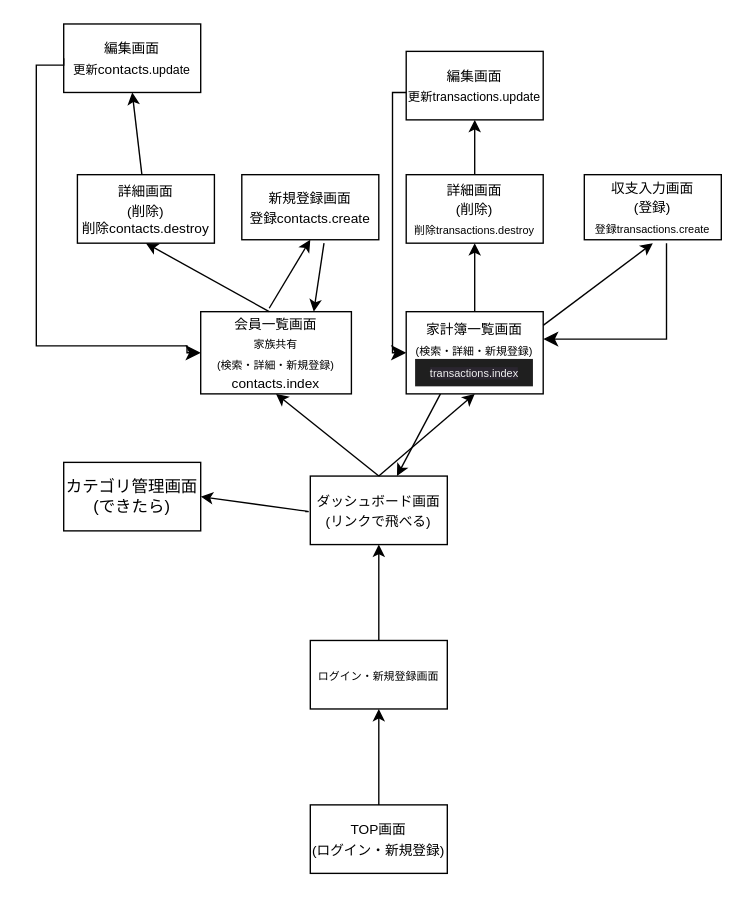
Earlier version of the draw.io diagram Draw/sample.drawio (isobe-00/Comp-Money-App). Source tidied: cells renumbered, new cells numbered last; positions are measured from the earlier drawing's top-left corner, leaving out a move shared by most shapes. Both pictures are drawn from the tidied source at 137%, with x=0, y=0 at pixel (36, 23).
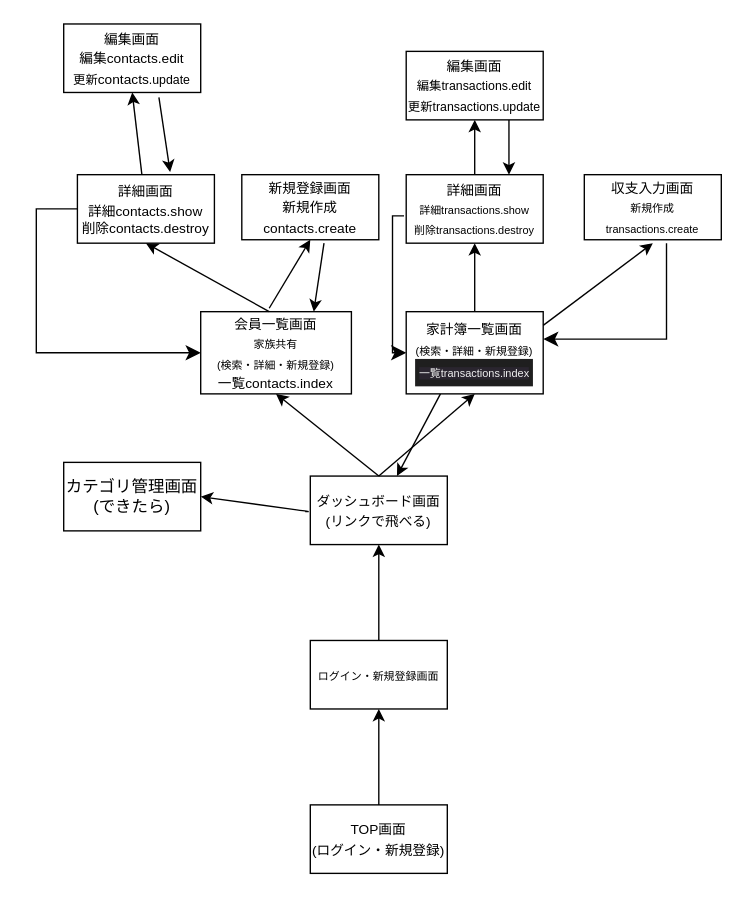
The same diagram, later.

Commit message (it also covers changes not shown here):
12/19 画面遷移図

The edit, as a diff of the source:
```diff
@@
-    <mxCell id="4" value="&lt;font style=&quot;&quot;&gt;&lt;span style=&quot;font-size: 10px;&quot;&gt;会員一覧画面&lt;br&gt;&lt;/span&gt;&lt;font style=&quot;font-size: 8px;&quot;&gt;家族共有&lt;/font&gt;&lt;br&gt;&lt;font style=&quot;font-size: 8px;&quot;&gt;(検索・詳細・新規登録)&lt;br&gt;&lt;span style=&quot;font-size: 10px;&quot;&gt;contacts.index&lt;/span&gt;&lt;br&gt;&lt;/font&gt;&lt;/font&gt;" style="rounded=0;whiteSpace=wrap;html=1;" parent="1" vertex="1">
+    <mxCell id="4" value="&lt;font style=&quot;&quot;&gt;&lt;span style=&quot;font-size: 10px;&quot;&gt;会員一覧画面&lt;br&gt;&lt;/span&gt;&lt;font style=&quot;font-size: 8px;&quot;&gt;家族共有&lt;/font&gt;&lt;br&gt;&lt;font style=&quot;font-size: 8px;&quot;&gt;(検索・詳細・新規登録)&lt;br&gt;&lt;span style=&quot;font-size: 10px;&quot;&gt;一覧contacts.index&lt;/span&gt;&lt;br&gt;&lt;/font&gt;&lt;/font&gt;" style="rounded=0;whiteSpace=wrap;html=1;" parent="1" vertex="1">
       <mxGeometry x="120" y="210" width="110" height="60" as="geometry" />
     </mxCell>
@@
-    <mxCell id="13" value="&lt;font style=&quot;&quot;&gt;&lt;span style=&quot;font-size: 10px;&quot;&gt;編集画面&lt;/span&gt;&lt;br&gt;&lt;span style=&quot;font-size: 9px;&quot;&gt;更新&lt;/span&gt;&lt;span style=&quot;font-size: 10px;&quot;&gt;contacts&lt;/span&gt;&lt;span style=&quot;font-size: 9px;&quot;&gt;.update&lt;/span&gt;&lt;br&gt;&lt;/font&gt;" style="rounded=0;whiteSpace=wrap;html=1;" parent="1" vertex="1">
+    <mxCell id="13" value="&lt;font style=&quot;&quot;&gt;&lt;span style=&quot;font-size: 10px;&quot;&gt;編集画面&lt;br&gt;&lt;/span&gt;&lt;span style=&quot;font-size: 10px;&quot;&gt;編集contacts.edit&lt;/span&gt;&lt;br&gt;&lt;span style=&quot;font-size: 9px;&quot;&gt;更新&lt;/span&gt;&lt;span style=&quot;font-size: 10px;&quot;&gt;contacts&lt;/span&gt;&lt;span style=&quot;font-size: 9px;&quot;&gt;.update&lt;/span&gt;&lt;br&gt;&lt;/font&gt;" style="rounded=0;whiteSpace=wrap;html=1;" parent="1" vertex="1">
       <mxGeometry x="20" width="100" height="50" as="geometry" />
     </mxCell>
@@
-    <mxCell id="16" value="&lt;font style=&quot;&quot;&gt;&lt;span style=&quot;font-size: 10px;&quot;&gt;家計簿一覧画面&lt;/span&gt;&lt;br&gt;&lt;font style=&quot;font-size: 8px;&quot;&gt;(検索・詳細・新規登録)&lt;br&gt;&lt;div style=&quot;color: rgb(204, 204, 204); background-color: rgb(31, 31, 31); font-family: Consolas, &amp;quot;Courier New&amp;quot;, monospace; font-size: 14px; line-height: 19px;&quot;&gt;&lt;span style=&quot;color: rgb(240, 240, 240); font-family: Helvetica; font-size: 8px; background-color: rgb(42, 37, 47);&quot;&gt;transactions.index&lt;/span&gt;&lt;br&gt;&lt;/div&gt;&lt;/font&gt;&lt;/font&gt;" style="rounded=0;whiteSpace=wrap;html=1;" parent="1" vertex="1">
+    <mxCell id="16" value="&lt;font style=&quot;&quot;&gt;&lt;span style=&quot;font-size: 10px;&quot;&gt;家計簿一覧画面&lt;/span&gt;&lt;br&gt;&lt;font style=&quot;font-size: 8px;&quot;&gt;(検索・詳細・新規登録)&lt;br&gt;&lt;div style=&quot;color: rgb(204, 204, 204); background-color: rgb(31, 31, 31); font-family: Consolas, &amp;quot;Courier New&amp;quot;, monospace; font-size: 14px; line-height: 19px;&quot;&gt;&lt;span style=&quot;color: rgb(240, 240, 240); font-family: Helvetica; font-size: 8px; background-color: rgb(42, 37, 47);&quot;&gt;一覧transactions.index&lt;/span&gt;&lt;br&gt;&lt;/div&gt;&lt;/font&gt;&lt;/font&gt;" style="rounded=0;whiteSpace=wrap;html=1;" parent="1" vertex="1">
       <mxGeometry x="270" y="210" width="100" height="60" as="geometry" />
     </mxCell>
@@
-    <mxCell id="18" value="&lt;font style=&quot;font-size: 10px;&quot;&gt;詳細画面&lt;br&gt;(削除)&lt;br&gt;&lt;div&gt;&lt;span style=&quot;background-color: initial;&quot;&gt;削除contacts.destroy&lt;/span&gt;&lt;br&gt;&lt;/div&gt;&lt;/font&gt;" style="rounded=0;whiteSpace=wrap;html=1;" parent="1" vertex="1">
+    <mxCell id="18" value="&lt;font style=&quot;font-size: 10px;&quot;&gt;詳細画面&lt;br&gt;詳細contacts.show&lt;br&gt;&lt;div&gt;&lt;span style=&quot;background-color: initial;&quot;&gt;削除contacts.destroy&lt;/span&gt;&lt;br&gt;&lt;/div&gt;&lt;/font&gt;" style="rounded=0;whiteSpace=wrap;html=1;" parent="1" vertex="1">
       <mxGeometry x="30" y="110" width="100" height="50" as="geometry" />
     </mxCell>
-    <mxCell id="19" value="&lt;font style=&quot;&quot;&gt;&lt;span style=&quot;font-size: 10px;&quot;&gt;収支入力画面&lt;/span&gt;&lt;br&gt;&lt;span style=&quot;font-size: 10px;&quot;&gt;(登録)&lt;/span&gt;&lt;br&gt;&lt;font style=&quot;font-size: 8px;&quot;&gt;登録transactions.create&lt;/font&gt;&lt;br style=&quot;font-size: 12px;&quot;&gt;&lt;/font&gt;" style="rounded=0;whiteSpace=wrap;html=1;" parent="1" vertex="1">
+    <mxCell id="19" value="&lt;font style=&quot;&quot;&gt;&lt;span style=&quot;font-size: 10px;&quot;&gt;収支入力画面&lt;/span&gt;&lt;br&gt;&lt;font style=&quot;font-size: 8px;&quot;&gt;新規作成transactions.create&lt;/font&gt;&lt;br style=&quot;font-size: 12px;&quot;&gt;&lt;/font&gt;" style="rounded=0;whiteSpace=wrap;html=1;" parent="1" vertex="1">
       <mxGeometry x="400" y="110" width="100" height="47.5" as="geometry" />
     </mxCell>
-    <mxCell id="20" value="&lt;font style=&quot;&quot;&gt;&lt;span style=&quot;font-size: 10px;&quot;&gt;新規登録画面&lt;/span&gt;&lt;br&gt;&lt;span style=&quot;font-size: 10px;&quot;&gt;登録contacts.create&lt;/span&gt;&lt;br&gt;&lt;/font&gt;" style="rounded=0;whiteSpace=wrap;html=1;" parent="1" vertex="1">
+    <mxCell id="20" value="&lt;font style=&quot;&quot;&gt;&lt;span style=&quot;font-size: 10px;&quot;&gt;新規登録画面&lt;/span&gt;&lt;br&gt;&lt;span style=&quot;font-size: 10px;&quot;&gt;新規作成contacts.create&lt;/span&gt;&lt;br&gt;&lt;/font&gt;" style="rounded=0;whiteSpace=wrap;html=1;" parent="1" vertex="1">
       <mxGeometry x="150" y="110" width="100" height="47.5" as="geometry" />
     </mxCell>
@@
-    <mxCell id="23" value="&lt;font style=&quot;font-size: 10px;&quot;&gt;編集画面&lt;br&gt;&lt;span style=&quot;font-size: 9px;&quot;&gt;更新transactions.update&lt;/span&gt;&lt;br&gt;&lt;/font&gt;" style="rounded=0;whiteSpace=wrap;html=1;" parent="1" vertex="1">
+    <mxCell id="23" value="&lt;font style=&quot;font-size: 10px;&quot;&gt;編集画面&lt;br&gt;&lt;span style=&quot;font-size: 9px;&quot;&gt;編集transactions.edit&lt;/span&gt;&lt;br&gt;&lt;span style=&quot;font-size: 9px;&quot;&gt;更新transactions.update&lt;/span&gt;&lt;br&gt;&lt;/font&gt;" style="rounded=0;whiteSpace=wrap;html=1;" parent="1" vertex="1">
       <mxGeometry x="270" y="20" width="100" height="50" as="geometry" />
     </mxCell>
@@
-    <mxCell id="26" value="&lt;font style=&quot;&quot;&gt;&lt;span style=&quot;font-size: 10px;&quot;&gt;詳細画面&lt;/span&gt;&lt;br&gt;&lt;span style=&quot;font-size: 10px;&quot;&gt;(削除)&lt;/span&gt;&lt;br&gt;&lt;font style=&quot;font-size: 8px;&quot;&gt;削除transactions.destroy&lt;/font&gt;&lt;br&gt;&lt;/font&gt;" style="rounded=0;whiteSpace=wrap;html=1;" parent="1" vertex="1">
+    <mxCell id="26" value="&lt;font style=&quot;&quot;&gt;&lt;span style=&quot;font-size: 10px;&quot;&gt;詳細画面&lt;/span&gt;&lt;br&gt;&lt;span style=&quot;font-size: 8px;&quot;&gt;詳細transactions.show&lt;/span&gt;&lt;br&gt;&lt;font style=&quot;font-size: 8px;&quot;&gt;削除transactions.destroy&lt;/font&gt;&lt;br&gt;&lt;/font&gt;" style="rounded=0;whiteSpace=wrap;html=1;" parent="1" vertex="1">
       <mxGeometry x="270" y="110" width="100" height="50" as="geometry" />
     </mxCell>
@@
-    <mxCell id="28" style="edgeStyle=segmentEdgeStyle;endArrow=classic;html=1;curved=0;rounded=0;endSize=8;startSize=8;fontSize=8;entryX=0;entryY=0.5;entryDx=0;entryDy=0;exitX=0;exitY=0.5;exitDx=0;exitDy=0;" parent="1" edge="1" source="13" target="4">
+    <mxCell id="28" style="edgeStyle=segmentEdgeStyle;endArrow=classic;html=1;curved=0;rounded=0;endSize=8;startSize=8;fontSize=8;entryX=0;entryY=0.5;entryDx=0;entryDy=0;exitX=0;exitY=0.5;exitDx=0;exitDy=0;" parent="1" edge="1" source="18" target="4">
       <mxGeometry relative="1" as="geometry">
         <Array as="points">
-          <mxPoint x="20" y="30" />
-          <mxPoint y="30" />
-          <mxPoint y="235" />
-          <mxPoint x="110" y="235" />
-          <mxPoint x="110" y="240" />
+          <mxPoint y="135" />
+          <mxPoint y="240" />
         </Array>
       </mxGeometry>
     </mxCell>
@@
-    <mxCell id="30" style="edgeStyle=elbowEdgeStyle;elbow=vertical;endArrow=classic;html=1;curved=0;rounded=0;endSize=8;startSize=8;fontSize=8;exitX=0;exitY=0.6;exitDx=0;exitDy=0;exitPerimeter=0;entryX=0;entryY=0.5;entryDx=0;entryDy=0;" parent="1" edge="1" source="23" target="16">
+    <mxCell id="30" style="edgeStyle=elbowEdgeStyle;elbow=vertical;endArrow=classic;html=1;curved=0;rounded=0;endSize=8;startSize=8;fontSize=8;entryX=0;entryY=0.5;entryDx=0;entryDy=0;exitX=-0.016;exitY=0.602;exitDx=0;exitDy=0;exitPerimeter=0;" parent="1" edge="1" source="26" target="16">
       <mxGeometry relative="1" as="geometry">
         <Array as="points">
+          <mxPoint x="260" y="190" />
+          <mxPoint x="260" y="130" />
+          <mxPoint x="260" y="150" />
           <mxPoint x="260" y="60" />
           <mxPoint x="260" y="110" />
           <mxPoint x="250" y="200" />
         </Array>
       </mxGeometry>
     </mxCell>
+    <mxCell id="31" style="endArrow=classic;html=1;fontSize=8;exitX=0.695;exitY=1.071;exitDx=0;exitDy=0;exitPerimeter=0;entryX=0.677;entryY=-0.038;entryDx=0;entryDy=0;entryPerimeter=0;" parent="1" edge="1" source="13" target="18">
+      <mxGeometry relative="1" as="geometry" />
+    </mxCell>
+    <mxCell id="32" style="endArrow=classic;html=1;fontSize=8;exitX=0.75;exitY=1;exitDx=0;exitDy=0;entryX=0.75;entryY=0;entryDx=0;entryDy=0;" parent="1" edge="1" source="23" target="26">
+      <mxGeometry relative="1" as="geometry" />
+    </mxCell>
```
